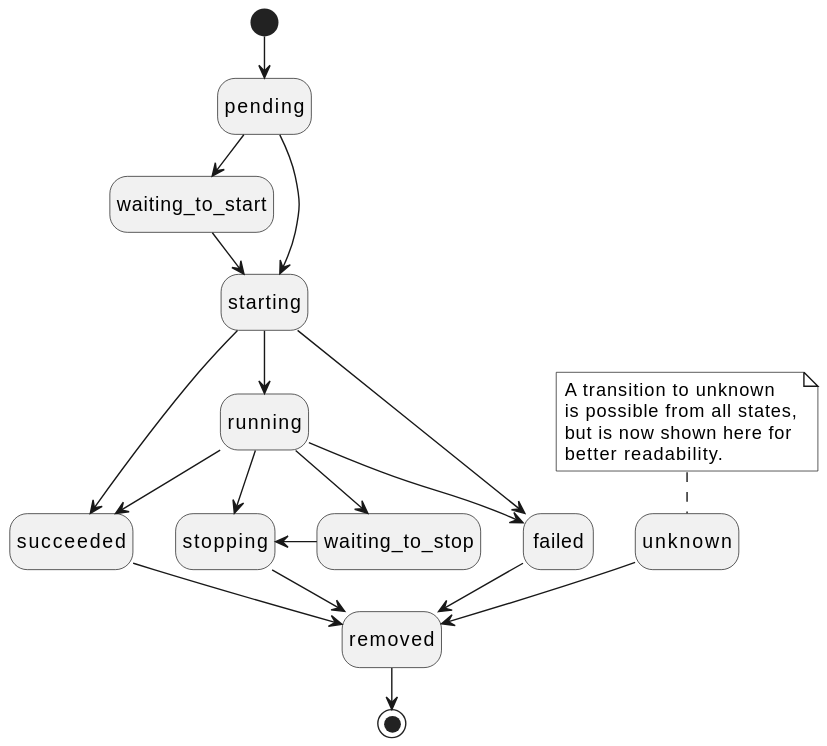
Earlier version of the PlantUML export common/doc/swdesign/plantuml/state_workload_execution_states.svg (eclipse-ankaios/ankaios). Source of this version:
```plantuml
@startuml
hide empty description
!include ../../../../resources/doc/plantuml/clean.skin


[*] --> pending
pending --> waiting_to_start
waiting_to_start --> starting
pending --> starting
starting --> running
starting --> failed
starting --> succeeded
running --> succeeded
running --> failed
running --> stopping
stopping --> removed
failed --> removed
succeeded --> removed
running --> waiting_to_stop
waiting_to_stop -right-> stopping
note top of unknown
    A transition to unknown
    is possible from all states,
    but is now shown here for
    better readability.
end note
unknown --> removed
removed --> [*]
@enduml
```
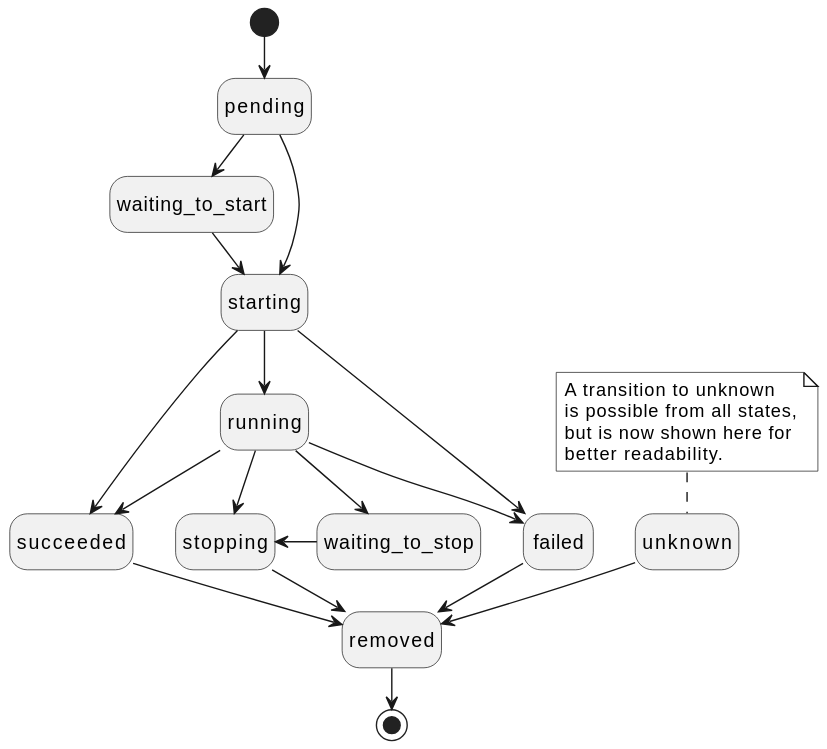
Above is the later version.

Commit message:
Fix plantuml compilation error regarding note

Change to the diagram source:
```diff
@@ -18,12 +18,12 @@
 succeeded --> removed
 running --> waiting_to_stop
 waiting_to_stop -right-> stopping
+unknown --> removed
 note top of unknown
     A transition to unknown
     is possible from all states,
     but is now shown here for
     better readability.
 end note
-unknown --> removed
 removed --> [*]
 @enduml
```
